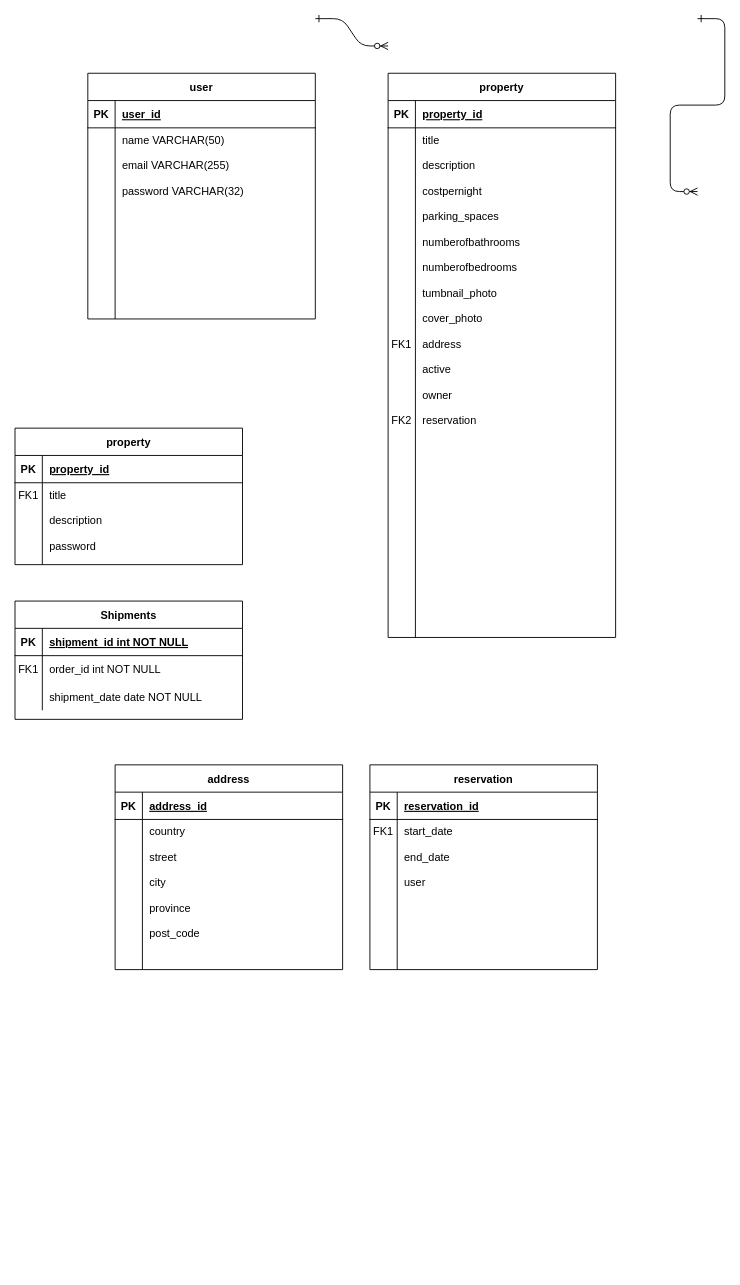
The draw.io diagram LightBnB.drawio in SorrenJ/LightBnB, before the edit. Source tidied: cells renumbered, new cells numbered last; positions are measured from the earlier drawing's top-left corner, leaving out a move shared by most shapes. Both pictures are drawn from the tidied source at 91%, with x=0, y=0 at pixel (15, 18).
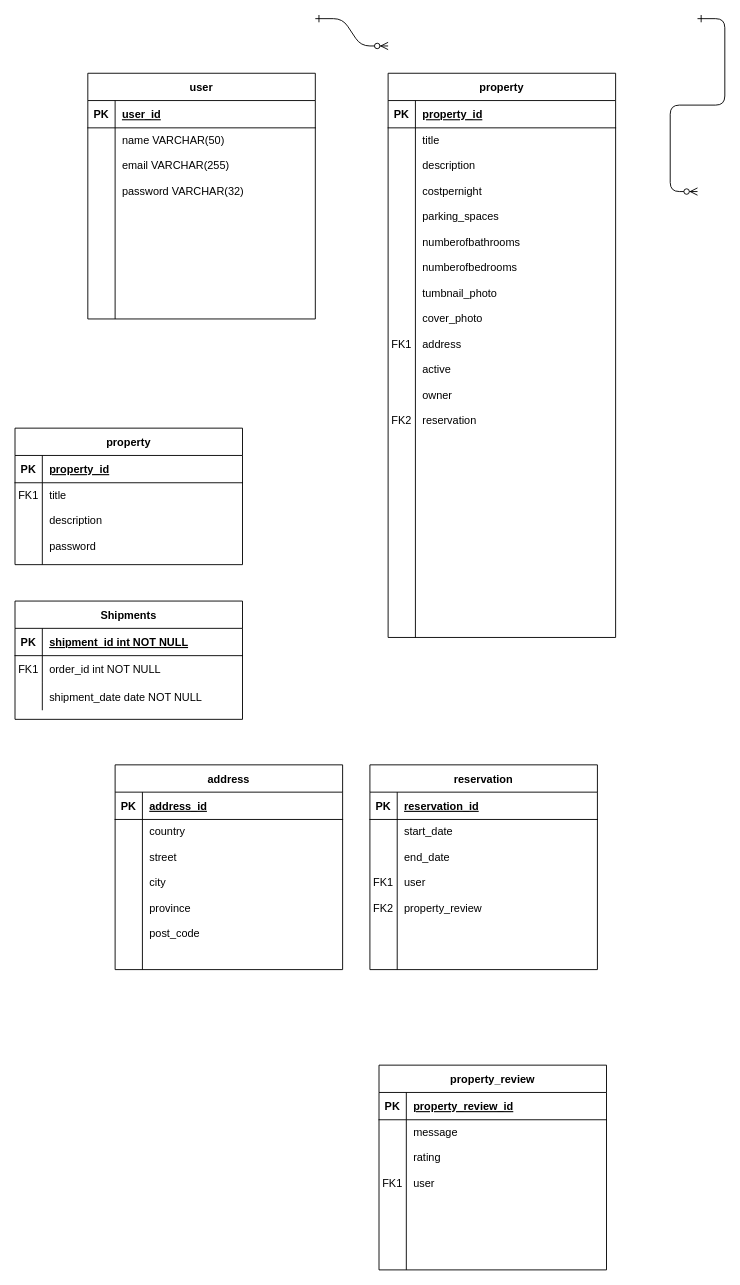
Above is the later version.

Unchanged cells that the change refers to:
```xml
<mxCell id="46" style="shape=partialRectangle;fillColor=none;top=0;left=0;right=0;bottom=0;" parent="42" vertex="1">
  <mxGeometry y="60" width="250" height="165" as="geometry" />
</mxCell>
```

Diff of the diagram source:
```diff
@@
-    <mxCell id="47" value="FK1" style="shape=partialRectangle;overflow=hidden;fillColor=none;top=0;left=0;bottom=0;right=0;verticalAlign=top;" parent="46" vertex="1">
+    <mxCell id="47" value="&#10;&#10;&#10;&#10;FK1&#10;&#10;FK2" style="shape=partialRectangle;overflow=hidden;fillColor=none;top=0;left=0;bottom=0;right=0;verticalAlign=top;" parent="46" vertex="1">
       <mxGeometry width="30" height="165" as="geometry" />
     </mxCell>
-    <mxCell id="48" value="start_date&#10;&#10;end_date&#10;&#10;user" style="shape=partialRectangle;overflow=hidden;fillColor=none;top=0;left=0;bottom=0;right=0;align=left;spacingLeft=6;verticalAlign=top;" parent="46" vertex="1">
+    <mxCell id="48" value="start_date&#10;&#10;end_date&#10;&#10;user&#10;&#10;property_review" style="shape=partialRectangle;overflow=hidden;fillColor=none;top=0;left=0;bottom=0;right=0;align=left;spacingLeft=6;verticalAlign=top;" parent="46" vertex="1">
       <mxGeometry x="30" width="220" height="165" as="geometry" />
     </mxCell>
+    <mxCell id="49" value="property_review" style="shape=table;startSize=30;childLayout=tableLayout;rowLines=0;fontStyle=1;align=center;" parent="1" vertex="1">
+      <mxGeometry x="400" y="1150" width="250" height="225" as="geometry" />
+    </mxCell>
+    <mxCell id="50" style="shape=partialRectangle;fillColor=none;top=0;left=0;right=0;bottom=1;" parent="49" vertex="1">
+      <mxGeometry y="30" width="250" height="30" as="geometry" />
+    </mxCell>
+    <mxCell id="51" value="PK" style="shape=partialRectangle;overflow=hidden;fillColor=none;top=0;left=0;bottom=0;right=0;fontStyle=1;" parent="50" vertex="1">
+      <mxGeometry width="30" height="30" as="geometry" />
+    </mxCell>
+    <mxCell id="52" value="property_review_id" style="shape=partialRectangle;overflow=hidden;fillColor=none;top=0;left=0;bottom=0;right=0;align=left;spacingLeft=6;fontStyle=5;" parent="50" vertex="1">
+      <mxGeometry x="30" width="220" height="30" as="geometry" />
+    </mxCell>
+    <mxCell id="53" style="shape=partialRectangle;fillColor=none;top=0;left=0;right=0;bottom=0;" parent="49" vertex="1">
+      <mxGeometry y="60" width="250" height="165" as="geometry" />
+    </mxCell>
+    <mxCell id="54" value="&#10;&#10;&#10;&#10;FK1&#10;" style="shape=partialRectangle;overflow=hidden;fillColor=none;top=0;left=0;bottom=0;right=0;verticalAlign=top;" parent="53" vertex="1">
+      <mxGeometry width="30" height="165" as="geometry" />
+    </mxCell>
+    <mxCell id="55" value="message&#10;&#10;rating&#10;&#10;user" style="shape=partialRectangle;overflow=hidden;fillColor=none;top=0;left=0;bottom=0;right=0;align=left;spacingLeft=6;verticalAlign=top;" parent="53" vertex="1">
+      <mxGeometry x="30" width="220" height="165" as="geometry" />
+    </mxCell>
```
